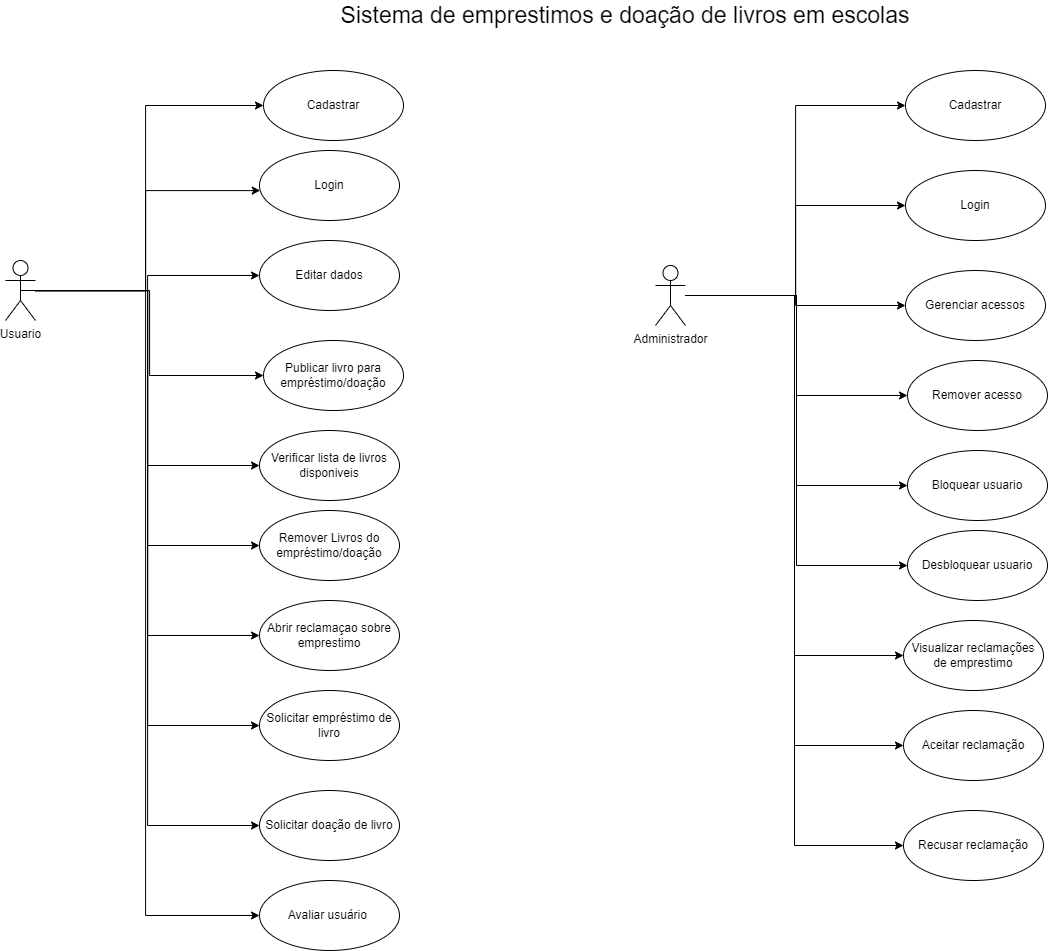
Earlier version of the draw.io export Diagramas/Diagrama_Caso de uso.png (Raphael0305/Fatec-PI). Source tidied: cells renumbered, new cells last; positions are measured from the earlier drawing's top-left corner, leaving out a move shared by most shapes.
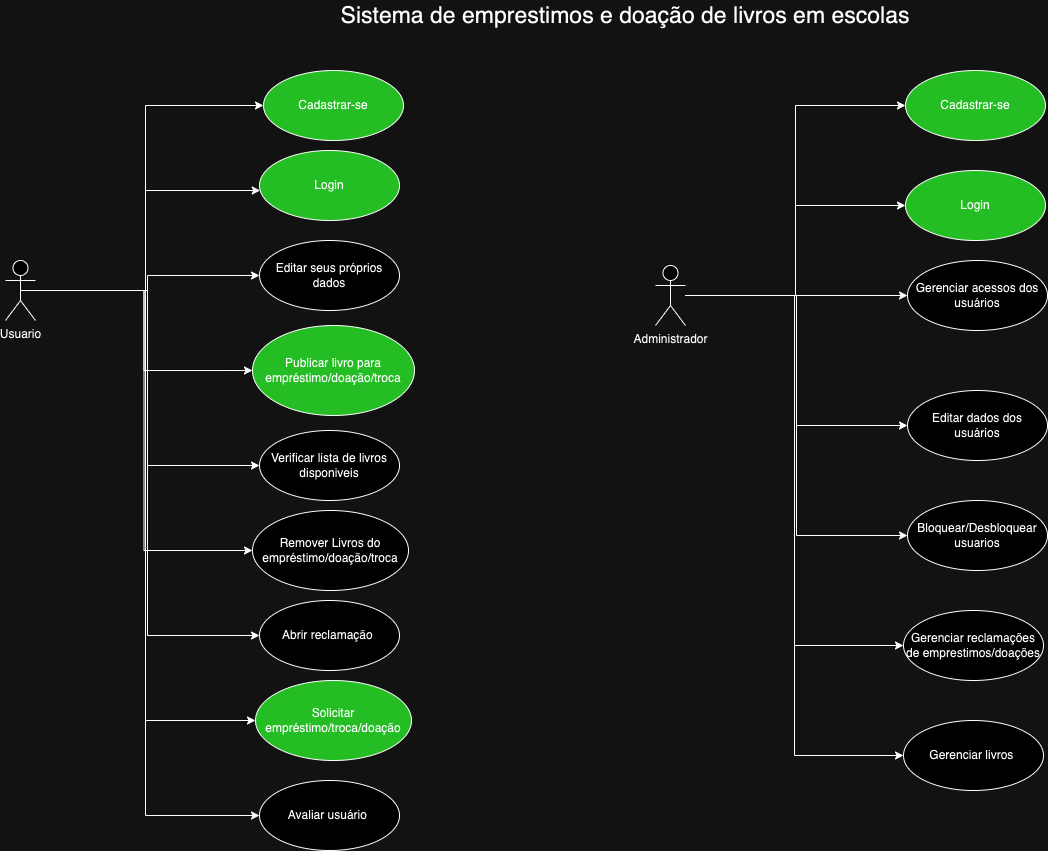
The same diagram one commit later.

The edit, as a diff of the source:
```diff
@@ -30,11 +30,11 @@
     <mxCell id="7" style="edgeStyle=orthogonalEdgeStyle;rounded=0;jettySize=auto;html=1;exitX=0.5;exitY=0.5;exitDx=0;exitDy=0;exitPerimeter=0;entryX=0;entryY=0.5;entryDx=0;entryDy=0;" parent="1" edge="1" source="12" target="28">
       <mxGeometry relative="1" as="geometry" />
     </mxCell>
-    <mxCell id="8" style="edgeStyle=orthogonalEdgeStyle;rounded=0;jettySize=auto;html=1;entryX=0;entryY=0.5;entryDx=0;entryDy=0;" parent="1" edge="1" source="12" target="30">
+    <mxCell id="8" style="edgeStyle=orthogonalEdgeStyle;rounded=0;jettySize=auto;html=1;entryX=0;entryY=0.5;entryDx=0;entryDy=0;exitX=0.5;exitY=0.5;exitDx=0;exitDy=0;exitPerimeter=0;" parent="1" edge="1" source="12" target="30">
       <mxGeometry relative="1" as="geometry">
         <Array as="points">
           <mxPoint x="140" y="290" />
-          <mxPoint x="140" y="915" />
+          <mxPoint x="140" y="815" />
         </Array>
       </mxGeometry>
     </mxCell>
@@ -44,15 +44,9 @@
     <mxCell id="10" style="edgeStyle=orthogonalEdgeStyle;rounded=0;jettySize=auto;html=1;entryX=0;entryY=0.5;entryDx=0;entryDy=0;" parent="1" edge="1" source="12" target="34">
       <mxGeometry relative="1" as="geometry" />
     </mxCell>
-    <mxCell id="11" style="edgeStyle=orthogonalEdgeStyle;rounded=0;jettySize=auto;html=1;entryX=0;entryY=0.5;entryDx=0;entryDy=0;" parent="1" edge="1" source="12" target="41">
-      <mxGeometry relative="1" as="geometry" />
-    </mxCell>
     <mxCell id="12" value="Usuario" style="shape=umlActor;verticalLabelPosition=bottom;verticalAlign=top;html=1;" parent="1" vertex="1">
       <mxGeometry y="260" width="30" height="60" as="geometry" />
     </mxCell>
-    <mxCell id="13" style="edgeStyle=orthogonalEdgeStyle;rounded=0;jettySize=auto;html=1;entryX=0;entryY=0.5;entryDx=0;entryDy=0;" parent="1" edge="1" source="22" target="23">
-      <mxGeometry relative="1" as="geometry" />
-    </mxCell>
     <mxCell id="14" style="edgeStyle=orthogonalEdgeStyle;rounded=0;jettySize=auto;html=1;entryX=0;entryY=0.5;entryDx=0;entryDy=0;" parent="1" edge="1" source="22" target="31">
       <mxGeometry relative="1" as="geometry" />
     </mxCell>
@@ -62,9 +56,6 @@
     <mxCell id="16" style="edgeStyle=orthogonalEdgeStyle;rounded=0;jettySize=auto;html=1;entryX=0;entryY=0.5;entryDx=0;entryDy=0;" parent="1" edge="1" source="22" target="35">
       <mxGeometry relative="1" as="geometry" />
     </mxCell>
-    <mxCell id="17" style="edgeStyle=orthogonalEdgeStyle;rounded=0;jettySize=auto;html=1;entryX=0;entryY=0.5;entryDx=0;entryDy=0;" parent="1" edge="1" source="22" target="36">
-      <mxGeometry relative="1" as="geometry" />
-    </mxCell>
     <mxCell id="18" style="edgeStyle=orthogonalEdgeStyle;rounded=0;jettySize=auto;html=1;entryX=0;entryY=0.5;entryDx=0;entryDy=0;" parent="1" edge="1" source="22" target="38">
       <mxGeometry relative="1" as="geometry" />
     </mxCell>
@@ -77,7 +68,11 @@
       </mxGeometry>
     </mxCell>
     <mxCell id="20" style="edgeStyle=orthogonalEdgeStyle;rounded=0;jettySize=auto;html=1;entryX=0;entryY=0.5;entryDx=0;entryDy=0;" parent="1" edge="1" source="22" target="40">
-      <mxGeometry relative="1" as="geometry" />
+      <mxGeometry relative="1" as="geometry">
+        <Array as="points">
+          <mxPoint x="900" y="295" />
+        </Array>
+      </mxGeometry>
     </mxCell>
     <mxCell id="21" style="edgeStyle=orthogonalEdgeStyle;rounded=0;jettySize=auto;html=1;entryX=0;entryY=0.5;entryDx=0;entryDy=0;" parent="1" edge="1" source="22" target="42">
       <mxGeometry relative="1" as="geometry" />
@@ -85,65 +80,56 @@
     <mxCell id="22" value="Administrador" style="shape=umlActor;verticalLabelPosition=bottom;verticalAlign=top;html=1;" parent="1" vertex="1">
       <mxGeometry x="650" y="265" width="30" height="60" as="geometry" />
     </mxCell>
-    <mxCell id="23" value="Remover acesso" style="ellipse;whiteSpace=wrap;html=1;" parent="1" vertex="1">
-      <mxGeometry x="902" y="360" width="140" height="70" as="geometry" />
-    </mxCell>
-    <mxCell id="24" value="Login" style="ellipse;whiteSpace=wrap;html=1;" parent="1" vertex="1">
+    <mxCell id="24" value="Login" style="ellipse;whiteSpace=wrap;html=1;fillColor=#009900;" parent="1" vertex="1">
       <mxGeometry x="254" y="150" width="140" height="70" as="geometry" />
     </mxCell>
-    <mxCell id="25" value="Cadastrar" style="ellipse;whiteSpace=wrap;html=1;" parent="1" vertex="1">
+    <mxCell id="25" value="Cadastrar-se" style="ellipse;whiteSpace=wrap;html=1;fillColor=#009900;" parent="1" vertex="1">
       <mxGeometry x="258" y="70" width="140" height="70" as="geometry" />
     </mxCell>
-    <mxCell id="26" value="Publicar livro para empréstimo/doação" style="ellipse;whiteSpace=wrap;html=1;" parent="1" vertex="1">
-      <mxGeometry x="258" y="340" width="140" height="70" as="geometry" />
+    <mxCell id="26" value="Publicar livro para empréstimo/doação/troca" style="ellipse;whiteSpace=wrap;html=1;fillColor=#009900;" parent="1" vertex="1">
+      <mxGeometry x="247" y="325" width="162" height="90" as="geometry" />
     </mxCell>
-    <mxCell id="27" value="Remover Livros do empréstimo/doação" style="ellipse;whiteSpace=wrap;html=1;" parent="1" vertex="1">
-      <mxGeometry x="254" y="510" width="140" height="70" as="geometry" />
+    <mxCell id="27" value="Remover Livros do empréstimo/doação/troca" style="ellipse;whiteSpace=wrap;html=1;" parent="1" vertex="1">
+      <mxGeometry x="247" y="510" width="156" height="80" as="geometry" />
     </mxCell>
-    <mxCell id="28" value="Solicitar empréstimo de livro" style="ellipse;whiteSpace=wrap;html=1;" parent="1" vertex="1">
-      <mxGeometry x="254" y="690" width="140" height="70" as="geometry" />
+    <mxCell id="28" value="Solicitar empréstimo/troca/doação" style="ellipse;whiteSpace=wrap;html=1;fillColor=#009900;" parent="1" vertex="1">
+      <mxGeometry x="250" y="680" width="156" height="80" as="geometry" />
     </mxCell>
     <mxCell id="29" value="Verificar lista de livros disponiveis" style="ellipse;whiteSpace=wrap;html=1;" parent="1" vertex="1">
       <mxGeometry x="254" y="430" width="140" height="70" as="geometry" />
     </mxCell>
     <mxCell id="30" value="Avaliar usuário&amp;nbsp;" style="ellipse;whiteSpace=wrap;html=1;" parent="1" vertex="1">
-      <mxGeometry x="254" y="880" width="140" height="70" as="geometry" />
+      <mxGeometry x="254" y="780" width="140" height="70" as="geometry" />
     </mxCell>
-    <mxCell id="31" value="Bloquear usuario" style="ellipse;whiteSpace=wrap;html=1;" parent="1" vertex="1">
-      <mxGeometry x="902" y="450" width="140" height="70" as="geometry" />
+    <mxCell id="31" value="Editar dados dos usuários" style="ellipse;whiteSpace=wrap;html=1;" parent="1" vertex="1">
+      <mxGeometry x="902" y="390" width="140" height="70" as="geometry" />
     </mxCell>
-    <mxCell id="32" value="Desbloquear usuario" style="ellipse;whiteSpace=wrap;html=1;" parent="1" vertex="1">
-      <mxGeometry x="902" y="530" width="140" height="70" as="geometry" />
+    <mxCell id="32" value="Bloquear/Desbloquear usuarios" style="ellipse;whiteSpace=wrap;html=1;" parent="1" vertex="1">
+      <mxGeometry x="902" y="500" width="140" height="70" as="geometry" />
     </mxCell>
-    <mxCell id="33" value="Editar dados" style="ellipse;whiteSpace=wrap;html=1;" parent="1" vertex="1">
+    <mxCell id="33" value="Editar seus próprios dados" style="ellipse;whiteSpace=wrap;html=1;" parent="1" vertex="1">
       <mxGeometry x="254" y="240" width="140" height="70" as="geometry" />
     </mxCell>
-    <mxCell id="34" value="Abrir reclamaçao sobre emprestimo" style="ellipse;whiteSpace=wrap;html=1;" parent="1" vertex="1">
+    <mxCell id="34" value="Abrir reclamação&amp;nbsp;" style="ellipse;whiteSpace=wrap;html=1;" parent="1" vertex="1">
       <mxGeometry x="254" y="600" width="140" height="70" as="geometry" />
     </mxCell>
-    <mxCell id="35" value="Visualizar reclamações de emprestimo" style="ellipse;whiteSpace=wrap;html=1;" parent="1" vertex="1">
-      <mxGeometry x="898" y="620" width="140" height="70" as="geometry" />
+    <mxCell id="35" value="Gerenciar reclamações de emprestimos/doações" style="ellipse;whiteSpace=wrap;html=1;" parent="1" vertex="1">
+      <mxGeometry x="898" y="610" width="140" height="70" as="geometry" />
     </mxCell>
-    <mxCell id="36" value="Aceitar reclamação" style="ellipse;whiteSpace=wrap;html=1;" parent="1" vertex="1">
-      <mxGeometry x="898" y="710" width="140" height="70" as="geometry" />
-    </mxCell>
     <mxCell id="37" value="&lt;font style=&quot;font-size: 23px;&quot;&gt;Sistema de emprestimos e doação de livros em escolas&lt;/font&gt;" style="text;html=1;align=center;verticalAlign=middle;whiteSpace=wrap;rounded=0;" parent="1" vertex="1">
       <mxGeometry x="290" width="660" height="30" as="geometry" />
     </mxCell>
-    <mxCell id="38" value="Cadastrar" style="ellipse;whiteSpace=wrap;html=1;" parent="1" vertex="1">
+    <mxCell id="38" value="Cadastrar-se" style="ellipse;whiteSpace=wrap;html=1;fillColor=#009900;" parent="1" vertex="1">
       <mxGeometry x="900" y="70" width="140" height="70" as="geometry" />
     </mxCell>
-    <mxCell id="39" value="Login" style="ellipse;whiteSpace=wrap;html=1;" parent="1" vertex="1">
+    <mxCell id="39" value="Login" style="ellipse;whiteSpace=wrap;html=1;fillColor=#009900;" parent="1" vertex="1">
       <mxGeometry x="900" y="170" width="140" height="70" as="geometry" />
     </mxCell>
-    <mxCell id="40" value="Gerenciar acessos" style="ellipse;whiteSpace=wrap;html=1;" parent="1" vertex="1">
-      <mxGeometry x="900" y="270" width="140" height="70" as="geometry" />
+    <mxCell id="40" value="Gerenciar acessos dos usuários" style="ellipse;whiteSpace=wrap;html=1;" parent="1" vertex="1">
+      <mxGeometry x="902" y="260" width="140" height="70" as="geometry" />
     </mxCell>
-    <mxCell id="41" value="Solicitar doação de livro" style="ellipse;whiteSpace=wrap;html=1;" parent="1" vertex="1">
-      <mxGeometry x="254" y="790" width="140" height="70" as="geometry" />
-    </mxCell>
-    <mxCell id="42" value="Recusar reclamação" style="ellipse;whiteSpace=wrap;html=1;" parent="1" vertex="1">
-      <mxGeometry x="898" y="810" width="140" height="70" as="geometry" />
+    <mxCell id="42" value="Gerenciar&lt;span style=&quot;background-color: initial;&quot;&gt;&amp;nbsp;livros&amp;nbsp;&lt;/span&gt;" style="ellipse;whiteSpace=wrap;html=1;" parent="1" vertex="1">
+      <mxGeometry x="898" y="720" width="140" height="70" as="geometry" />
     </mxCell>
   </root>
 </mxGraphModel>
```
